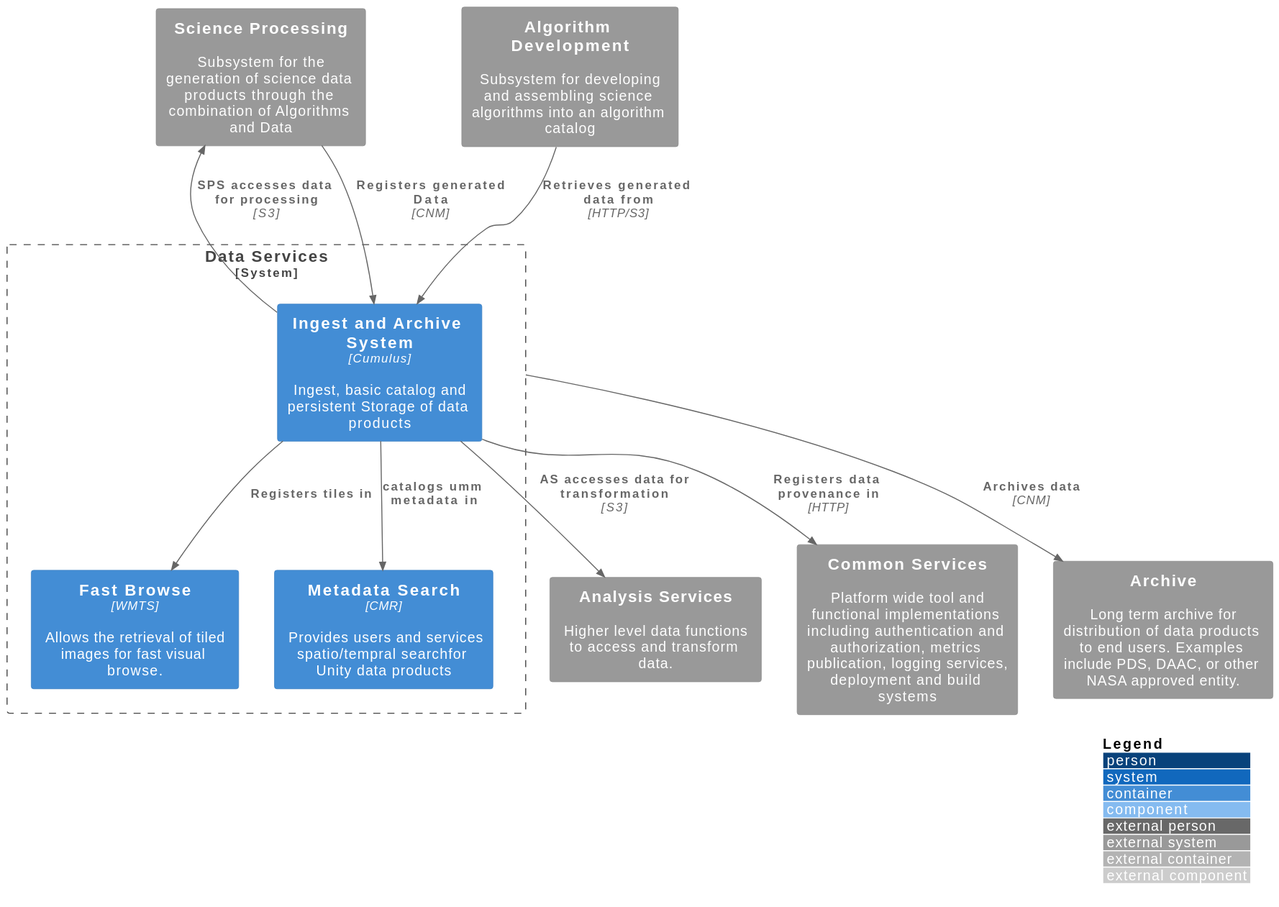
Before: docs/1. Unity Architecture/Data Services/system.svg, a diagram exported from PlantUML (unity-sds/unity-architecture).
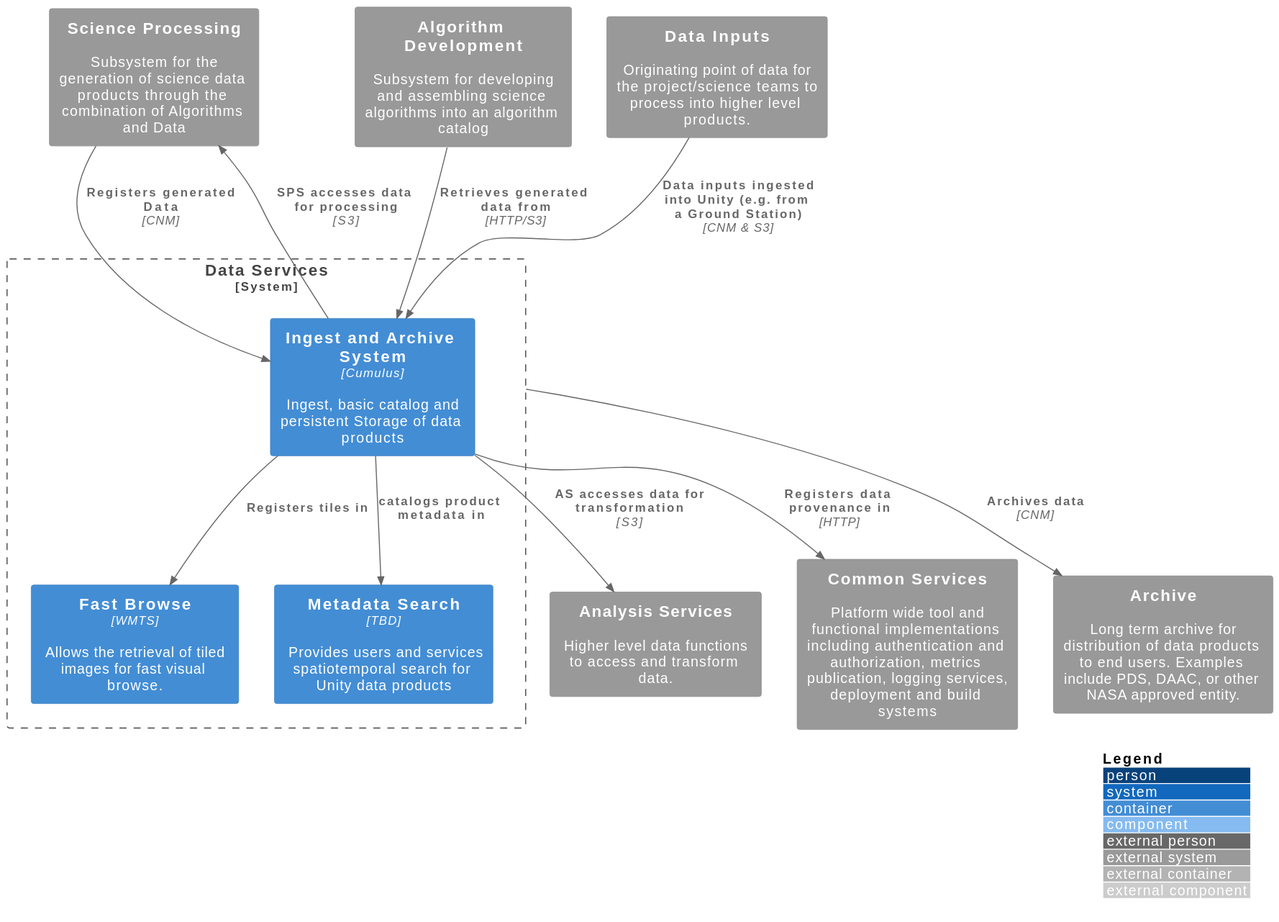
Above is the later version.

Diff of the diagram source:
```diff
@@ -14,19 +14,21 @@
 System_Ext(cs, "Common Services", $USC_DESC)
 System_Ext(ads, "Algorithm Development", $ADS_DESC)
 
+System_Ext(di, "Data Inputs", "Originating point of data for the project/science teams to process into higher level products.")
 System_Ext(archive, "Archive", "Long term archive for distribution of data products to end users. Examples include PDS, DAAC, or other NASA approved entity.")
 
 
 System_Boundary(UDS, "Data Services") {
 
     Container(ds, "Ingest and Archive System", "Cumulus", "Ingest, basic catalog and persistent Storage of data products")
-    Container(cmr, "Metadata Search", "CMR", "Provides users and services spatio/tempral searchfor Unity data products")
+    Container(cmr, "Metadata Search", "TBD", "Provides users and services spatiotemporal search for Unity data products")
     Container(fb, "Fast Browse", "WMTS", "Allows the retrieval of tiled images for fast visual browse.")
 
-    Rel(ds, cmr, "catalogs umm metadata in")
+    Rel(ds, cmr, "catalogs product metadata in")
     Rel(ds, fb, "Registers tiles in")
 }
 
+Rel(di, ds, "Data inputs ingested into Unity (e.g. from a Ground Station)", "CNM & S3")
 Rel(ds, sps, "SPS accesses data for processing", "S3")
 Rel(ds, as, "AS accesses data for transformation", "S3")
 
```
